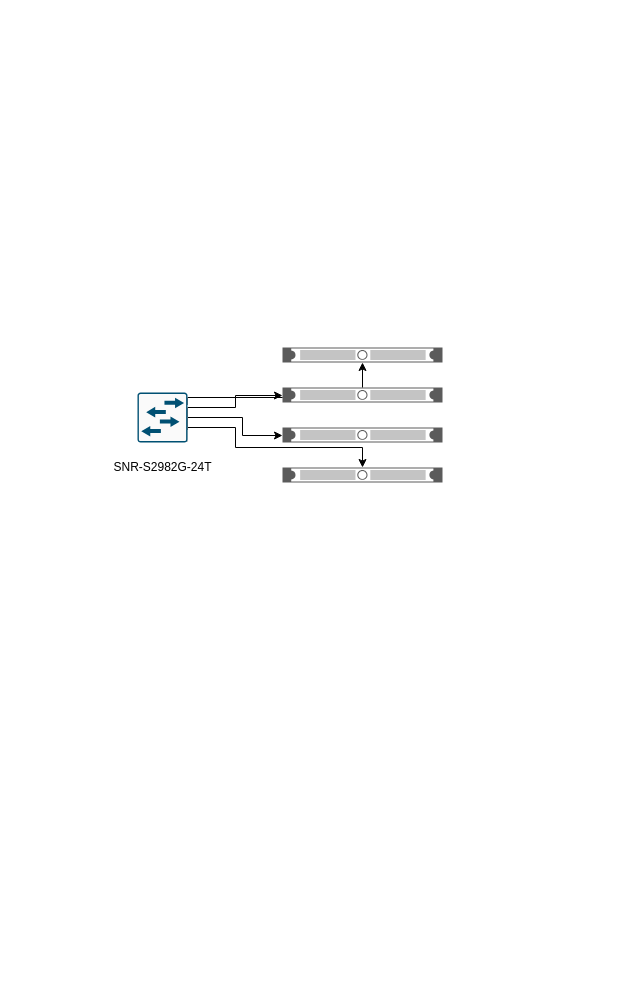
Earlier version of the draw.io diagram Untitled Diagram.drawio (eugenyetc/Server_room_Amursk). Source tidied: cells renumbered, new cells numbered last; positions are measured from the earlier drawing's top-left corner, leaving out a move shared by most shapes. Both pictures are drawn from the tidied source at 100%, with x=0, y=0 at pixel (102, 347).
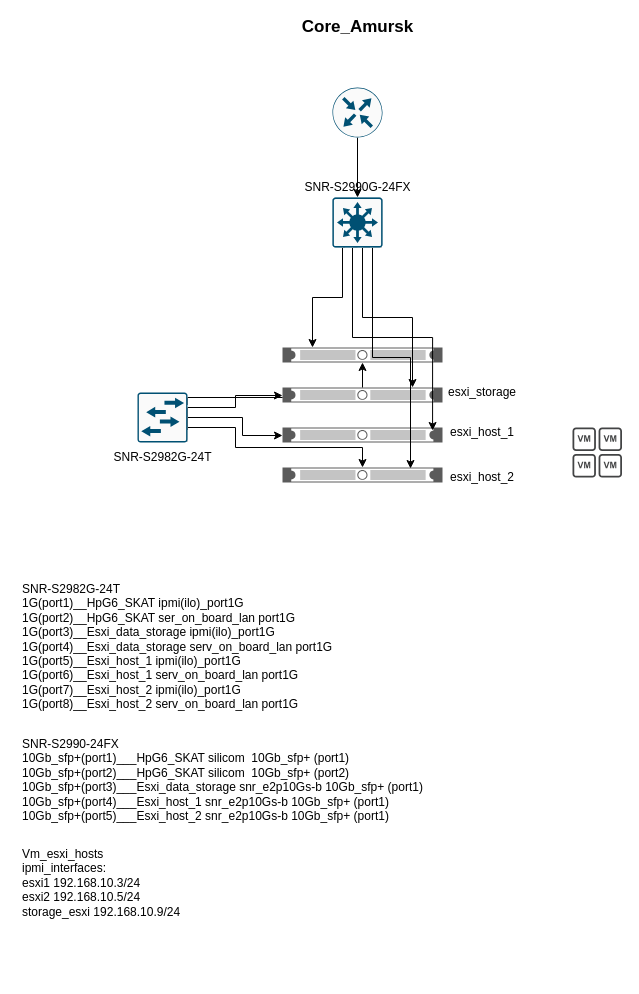
After the change.

Unchanged cells that the change refers to:
```xml
<mxCell id="8" style="strokeColor=#666666;html=1;labelPosition=right;align=left;spacingLeft=15;shadow=0;dashed=0;outlineConnect=0;shape=mxgraph.rack.general.1u_rack_server;" parent="1" vertex="1">
  <mxGeometry x="180" width="160" height="15" as="geometry" />
</mxCell>
<mxCell id="9" style="strokeColor=#666666;html=1;labelPosition=right;align=left;spacingLeft=15;shadow=0;dashed=0;outlineConnect=0;shape=mxgraph.rack.general.1u_rack_server;" parent="1" vertex="1">
  <mxGeometry x="180" y="40" width="160" height="15" as="geometry" />
</mxCell>
<mxCell id="10" style="strokeColor=#666666;html=1;labelPosition=right;align=left;spacingLeft=15;shadow=0;dashed=0;outlineConnect=0;shape=mxgraph.rack.general.1u_rack_server;" parent="1" vertex="1">
  <mxGeometry x="180" y="80" width="160" height="15" as="geometry" />
</mxCell>
<mxCell id="11" style="strokeColor=#666666;html=1;labelPosition=right;align=left;spacingLeft=15;shadow=0;dashed=0;outlineConnect=0;shape=mxgraph.rack.general.1u_rack_server;" parent="1" vertex="1">
  <mxGeometry x="180" y="120" width="160" height="15" as="geometry" />
</mxCell>
```

The edit, as a diff of the source:
```diff
@@
     <mxCell id="7" value="&lt;span class=&quot;text-bold&quot;&gt; &lt;/span&gt; &lt;div class=&quot;sku-info-card&quot; title=&quot;Нажмите, чтобы скопировать артикул в буфер обмена&quot;&gt;&lt;span&gt; SNR-S2982G-24T&lt;/span&gt;&lt;/div&gt;" style="text;html=1;align=center;verticalAlign=middle;" parent="1" vertex="1">
-      <mxGeometry y="110" width="120" height="20" as="geometry" />
+      <mxGeometry y="100" width="120" height="20" as="geometry" />
     </mxCell>
@@
+    <mxCell id="12" value="&lt;div&gt;esxi_host_1&lt;/div&gt;" style="text;html=1;strokeColor=none;fillColor=none;align=center;verticalAlign=middle;whiteSpace=wrap;rounded=0;" parent="1" vertex="1">
+      <mxGeometry x="360" y="75" width="40" height="20" as="geometry" />
+    </mxCell>
+    <mxCell id="13" value="&lt;div&gt;esxi_host_2&lt;/div&gt;" style="text;html=1;strokeColor=none;fillColor=none;align=center;verticalAlign=middle;whiteSpace=wrap;rounded=0;" parent="1" vertex="1">
+      <mxGeometry x="360" y="120" width="40" height="20" as="geometry" />
+    </mxCell>
+    <mxCell id="14" value="&lt;div&gt;esxi_storage&lt;/div&gt;" style="text;html=1;strokeColor=none;fillColor=none;align=center;verticalAlign=middle;whiteSpace=wrap;rounded=0;" parent="1" vertex="1">
+      <mxGeometry x="360" y="35" width="40" height="20" as="geometry" />
+    </mxCell>
+    <mxCell id="15" value="&lt;div&gt;Vm_esxi_hosts&lt;br&gt;&lt;/div&gt;&lt;div&gt;ipmi_interfaces:&lt;/div&gt;&lt;div&gt;esxi1 192.168.10.3/24&lt;/div&gt;&lt;div&gt;esxi2 192.168.10.5/24&lt;/div&gt;&lt;div&gt;storage_esxi 192.168.10.9/24&lt;/div&gt;&lt;div&gt;&lt;br&gt;&lt;/div&gt;" style="text;html=1;strokeColor=none;fillColor=none;spacing=5;spacingTop=-20;whiteSpace=wrap;overflow=hidden;rounded=0;" parent="1" vertex="1">
+      <mxGeometry x="-85" y="510" width="190" height="120" as="geometry" />
+    </mxCell>
+    <mxCell id="16" style="edgeStyle=orthogonalEdgeStyle;rounded=0;jettySize=auto;html=1;exitX=0.25;exitY=1;exitDx=0;exitDy=0;exitPerimeter=0;" parent="1" edge="1" source="20" target="8">
+      <mxGeometry relative="1" as="geometry">
+        <Array as="points">
+          <mxPoint x="240" y="-100" />
+          <mxPoint x="240" y="-50" />
+          <mxPoint x="210" y="-50" />
+        </Array>
+      </mxGeometry>
+    </mxCell>
+    <mxCell id="17" style="edgeStyle=orthogonalEdgeStyle;rounded=0;jettySize=auto;html=1;exitX=0.75;exitY=1;exitDx=0;exitDy=0;exitPerimeter=0;" parent="1" edge="1" source="20" target="9">
+      <mxGeometry relative="1" as="geometry">
+        <Array as="points">
+          <mxPoint x="260" y="-100" />
+          <mxPoint x="260" y="-30" />
+          <mxPoint x="310" y="-30" />
+        </Array>
+      </mxGeometry>
+    </mxCell>
+    <mxCell id="18" style="edgeStyle=orthogonalEdgeStyle;rounded=0;jettySize=auto;html=1;exitX=0.5;exitY=1;exitDx=0;exitDy=0;exitPerimeter=0;entryX=0.938;entryY=0.2;entryDx=0;entryDy=0;entryPerimeter=0;" parent="1" edge="1" source="20" target="10">
+      <mxGeometry relative="1" as="geometry">
+        <Array as="points">
+          <mxPoint x="250" y="-100" />
+          <mxPoint x="250" y="-10" />
+          <mxPoint x="330" y="-10" />
+        </Array>
+      </mxGeometry>
+    </mxCell>
+    <mxCell id="19" style="edgeStyle=orthogonalEdgeStyle;rounded=0;jettySize=auto;html=1;exitX=0.985;exitY=0.985;exitDx=0;exitDy=0;exitPerimeter=0;entryX=0.8;entryY=0.067;entryDx=0;entryDy=0;entryPerimeter=0;" parent="1" edge="1" source="20" target="11">
+      <mxGeometry relative="1" as="geometry">
+        <Array as="points">
+          <mxPoint x="270" y="-101" />
+          <mxPoint x="270" y="10" />
+          <mxPoint x="308" y="10" />
+        </Array>
+      </mxGeometry>
+    </mxCell>
+    <mxCell id="20" style="points=[[0.015,0.015,0],[0.985,0.015,0],[0.985,0.985,0],[0.015,0.985,0],[0.25,0,0],[0.5,0,0],[0.75,0,0],[1,0.25,0],[1,0.5,0],[1,0.75,0],[0.75,1,0],[0.5,1,0],[0.25,1,0],[0,0.75,0],[0,0.5,0],[0,0.25,0]];verticalLabelPosition=bottom;html=1;verticalAlign=top;align=center;shape=mxgraph.cisco19.rect;prIcon=l2_switch;fillColor=#FAFAFA;strokeColor=#005073;" parent="1" vertex="1">
+      <mxGeometry x="230" y="-150" width="50" height="50" as="geometry" />
+    </mxCell>
+    <mxCell id="21" value="&lt;span class=&quot;text-bold&quot;&gt; &lt;/span&gt; &lt;div class=&quot;sku-info-card&quot; title=&quot;Нажмите, чтобы скопировать артикул в буфер обмена&quot;&gt;&lt;span&gt; SNR-S2990G-24FX&lt;/span&gt;&lt;/div&gt;" style="text;html=1;align=center;verticalAlign=middle;" parent="1" vertex="1">
+      <mxGeometry x="195" y="-170" width="120" height="20" as="geometry" />
+    </mxCell>
+    <mxCell id="22" value="&lt;div&gt;SNR-S2990-24FX&lt;/div&gt;&lt;div&gt;10Gb_sfp+(port1)___HpG6_SKAT silicom&amp;nbsp; 10Gb_sfp+ (port1)&lt;br&gt;&lt;/div&gt;&lt;div&gt;10Gb_sfp+(port2)___HpG6_SKAT silicom&amp;nbsp; 10Gb_sfp+ (port2)&lt;/div&gt;&lt;div&gt;10Gb_sfp+(port3)___Esxi_data_storage snr_e2p10Gs-b 10Gb_sfp+ (port1)&lt;/div&gt;&lt;div&gt;10Gb_sfp+(port4)___Esxi_host_1 snr_e2p10Gs-b 10Gb_sfp+ (port1)&lt;/div&gt;&lt;div&gt;10Gb_sfp+(port5)___Esxi_host_2 snr_e2p10Gs-b 10Gb_sfp+ (port1)&lt;/div&gt;&lt;div&gt;&lt;br&gt;&lt;/div&gt;" style="text;html=1;strokeColor=none;fillColor=none;spacing=5;spacingTop=-20;whiteSpace=wrap;overflow=hidden;rounded=0;" parent="1" vertex="1">
+      <mxGeometry x="-85" y="400" width="440" height="120" as="geometry" />
+    </mxCell>
+    <mxCell id="23" value="&lt;div&gt;SNR-S2982G-24T&lt;/div&gt;&lt;div&gt;1G(port1)__HpG6_SKAT ipmi(ilo)_port1G&lt;br&gt;&lt;/div&gt;&lt;div&gt;1G(port2)__HpG6_SKAT ser_on_board_lan port1G&lt;br&gt;&lt;/div&gt;&lt;div&gt;1G(port3)__Esxi_data_storage ipmi(ilo)_port1G&lt;/div&gt;&lt;div&gt;1G(port4)__Esxi_data_storage serv_on_board_lan port1G&lt;/div&gt;&lt;div&gt;1G(port5)__Esxi_host_1 ipmi(ilo)_port1G&lt;/div&gt;&lt;div&gt;1G(port6)__Esxi_host_1 serv_on_board_lan port1G&lt;/div&gt;&lt;div&gt;1G(port7)__Esxi_host_2 ipmi(ilo)_port1G&lt;/div&gt;&lt;div&gt;1G(port8)__Esxi_host_2 serv_on_board_lan port1G&lt;/div&gt;" style="text;html=1;strokeColor=none;fillColor=none;spacing=5;spacingTop=-20;whiteSpace=wrap;overflow=hidden;rounded=0;" parent="1" vertex="1">
+      <mxGeometry x="-85" y="245" width="330" height="120" as="geometry" />
+    </mxCell>
+    <mxCell id="24" style="points=[[0.015,0.015,0],[0.985,0.015,0],[0.985,0.985,0],[0.015,0.985,0],[0.25,0,0],[0.5,0,0],[0.75,0,0],[1,0.25,0],[1,0.5,0],[1,0.75,0],[0.75,1,0],[0.5,1,0],[0.25,1,0],[0,0.75,0],[0,0.5,0],[0,0.25,0]];verticalLabelPosition=bottom;html=1;verticalAlign=top;align=center;shape=mxgraph.cisco19.rect;prIcon=l3_switch;fillColor=#FAFAFA;strokeColor=#005073;" parent="1" vertex="1">
+      <mxGeometry x="230" y="-150" width="50" height="50" as="geometry" />
+    </mxCell>
+    <mxCell id="25" value="&lt;font style=&quot;font-size: 17px&quot;&gt;&lt;b&gt;Core_Amursk&lt;/b&gt;&lt;/font&gt;" style="text;html=1;align=center;verticalAlign=middle;" parent="1" vertex="1">
+      <mxGeometry x="190" y="-330" width="130" height="20" as="geometry" />
+    </mxCell>
+    <mxCell id="26" style="edgeStyle=orthogonalEdgeStyle;rounded=0;jettySize=auto;html=1;exitX=0.5;exitY=1;exitDx=0;exitDy=0;exitPerimeter=0;entryX=0.5;entryY=0;entryDx=0;entryDy=0;entryPerimeter=0;" parent="1" edge="1" source="27" target="24">
+      <mxGeometry relative="1" as="geometry" />
+    </mxCell>
+    <mxCell id="27" style="points=[[0.5,0,0],[1,0.5,0],[0.5,1,0],[0,0.5,0],[0.145,0.145,0],[0.8555,0.145,0],[0.855,0.8555,0],[0.145,0.855,0]];verticalLabelPosition=bottom;html=1;verticalAlign=top;align=center;shape=mxgraph.cisco19.rect;prIcon=router;fillColor=#FAFAFA;strokeColor=#005073;" parent="1" vertex="1">
+      <mxGeometry x="230" y="-260" width="50" height="50" as="geometry" />
+    </mxCell>
+    <mxCell id="28" style="shadow=0;dashed=0;html=1;strokeColor=none;fillColor=#434445;labelPosition=center;verticalLabelPosition=bottom;verticalAlign=top;align=center;shape=mxgraph.vvd.vm_group;" parent="1" vertex="1">
+      <mxGeometry x="470" y="80" width="49.5" height="50" as="geometry" />
+    </mxCell>
```
